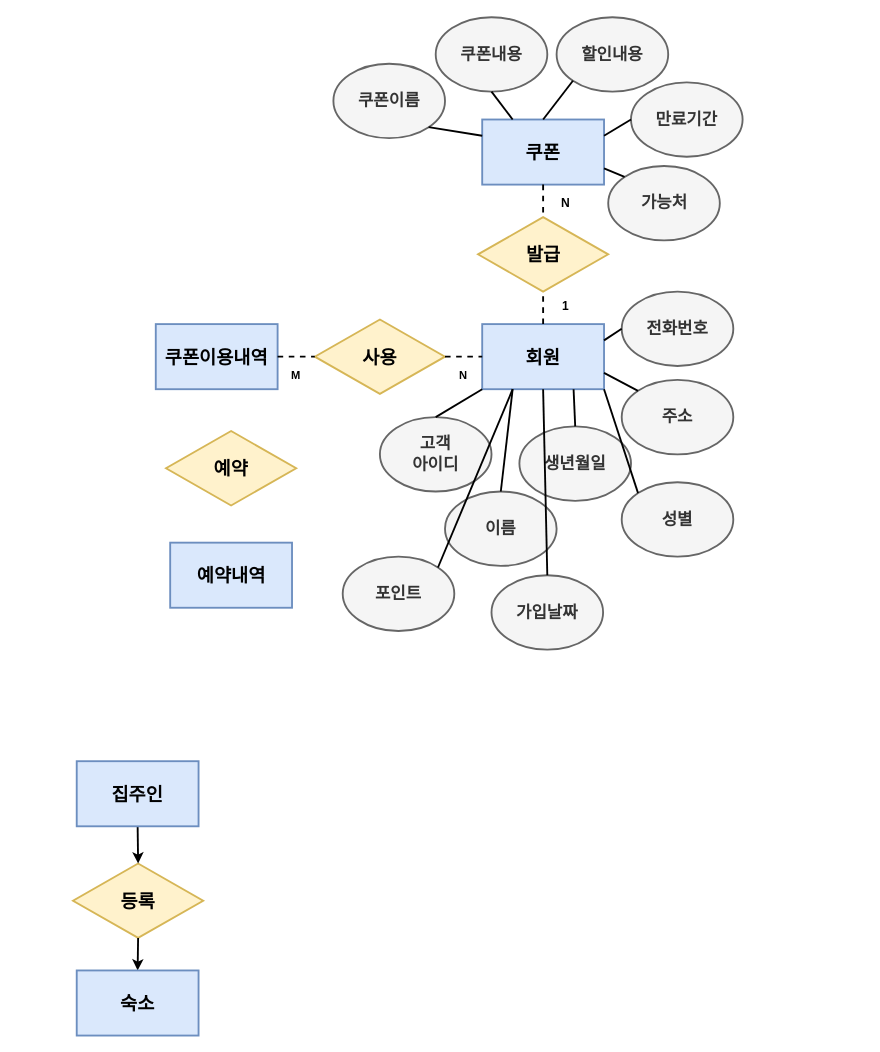
bibi-boop/test keeps this draw.io diagram as 제목 없는 다이어그램.drawio. Above is the earlier version. Source tidied: cells renumbered, new cells numbered last; positions are measured from the earlier drawing's top-left corner, leaving out a move shared by most shapes. Both pictures are drawn from the tidied source at 93%, with x=0, y=0 at pixel (73, 17).
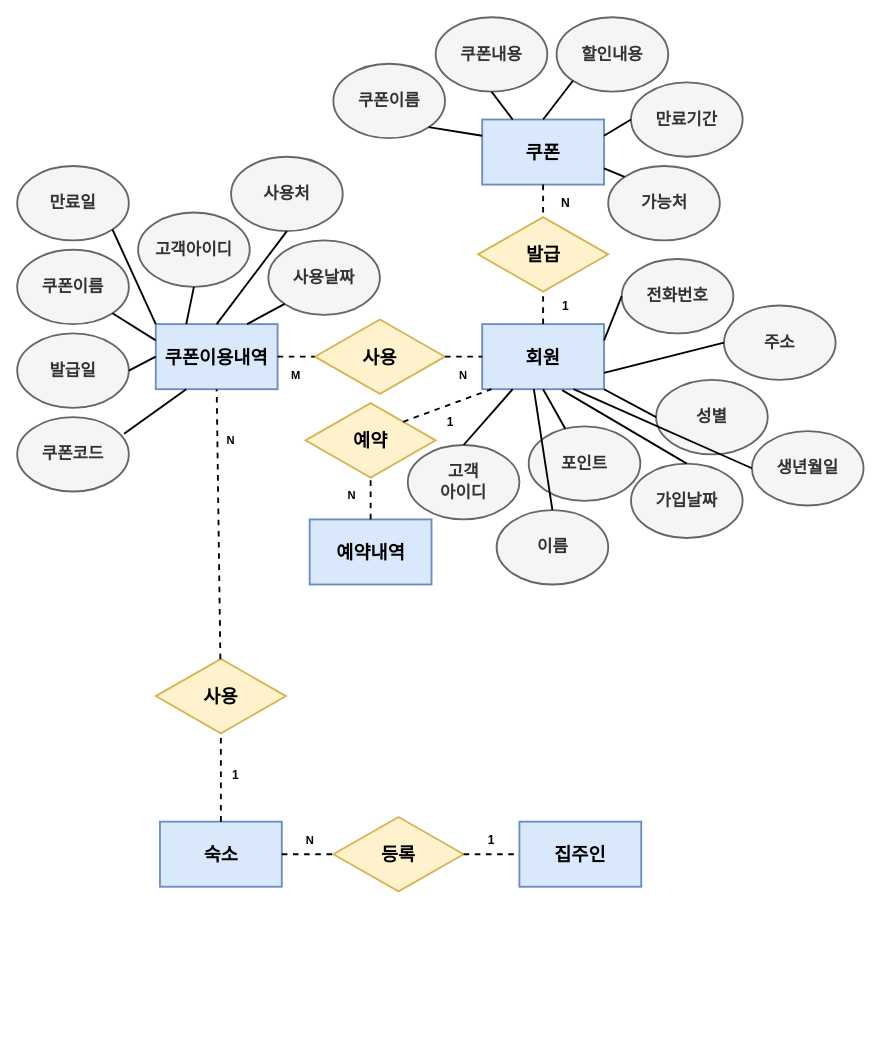
The same page after the edit.

Commit message (it also covers changes not shown here):
제목 없는 다이어그램.drawio 업데이트

The change refers to these unchanged cells:
```xml
<mxCell id="7" value="&lt;b&gt;회원&lt;/b&gt;" style="rounded=0;whiteSpace=wrap;html=1;fillColor=#dae8fc;strokeColor=#6c8ebf;strokeWidth=2;fontSize=20;" parent="1" vertex="1">
  <mxGeometry x="440" y="330" width="131" height="70" as="geometry" />
</mxCell>
<mxCell id="10" value="쿠폰이용&lt;span style=&quot;background-color: transparent; color: light-dark(rgb(0, 0, 0), rgb(255, 255, 255));&quot;&gt;내역&lt;/span&gt;" style="rounded=0;whiteSpace=wrap;html=1;fillColor=#dae8fc;strokeColor=#6c8ebf;strokeWidth=2;fontSize=20;fontStyle=1;" parent="1" vertex="1">
  <mxGeometry x="89" y="330" width="131" height="70" as="geometry" />
</mxCell>
<mxCell id="30" value="N" style="text;html=1;align=center;verticalAlign=middle;whiteSpace=wrap;rounded=0;fontStyle=1;" parent="1" vertex="1">
  <mxGeometry x="390" y="370" width="60" height="30" as="geometry" />
</mxCell>
```

The edit, as a diff of the source:
```diff
@@
     <mxCell id="2" value="등록" style="rhombus;whiteSpace=wrap;html=1;strokeWidth=2;fontSize=20;fontStyle=1;fillColor=#fff2cc;strokeColor=#d6b656;" parent="1" vertex="1">
-      <mxGeometry y="910" width="140" height="80" as="geometry" />
+      <mxGeometry x="280" y="860" width="140" height="80" as="geometry" />
     </mxCell>
-    <mxCell id="3" style="endArrow=classic;html=1;rounded=0;exitX=0.5;exitY=1;exitDx=0;exitDy=0;entryX=0.5;entryY=0;entryDx=0;entryDy=0;fontStyle=1;strokeWidth=2;" parent="1" edge="1" source="8" target="2">
-      <mxGeometry relative="1" as="geometry" />
-    </mxCell>
-    <mxCell id="4" style="endArrow=classic;html=1;rounded=0;exitX=0.5;exitY=1;exitDx=0;exitDy=0;entryX=0.5;entryY=0;entryDx=0;entryDy=0;fontStyle=1;strokeWidth=2;" parent="1" edge="1" source="2" target="9">
-      <mxGeometry relative="1" as="geometry" />
-    </mxCell>
     <mxCell id="5" value="예약" style="rhombus;whiteSpace=wrap;html=1;strokeWidth=2;fontSize=20;fontStyle=1;fillColor=#fff2cc;strokeColor=#d6b656;" parent="1" vertex="1">
-      <mxGeometry x="100" y="445" width="140" height="80" as="geometry" />
+      <mxGeometry x="250" y="415" width="140" height="80" as="geometry" />
     </mxCell>
@@
     <mxCell id="8" value="&lt;b&gt;집주인&lt;/b&gt;" style="rounded=0;whiteSpace=wrap;html=1;fillColor=#dae8fc;strokeColor=#6c8ebf;strokeWidth=2;fontSize=20;" parent="1" vertex="1">
-      <mxGeometry x="4" y="800" width="131" height="70" as="geometry" />
+      <mxGeometry x="480" y="865" width="131" height="70" as="geometry" />
     </mxCell>
     <mxCell id="9" value="숙소" style="rounded=0;whiteSpace=wrap;html=1;fillColor=#dae8fc;strokeColor=#6c8ebf;strokeWidth=2;fontSize=20;fontStyle=1;" parent="1" vertex="1">
-      <mxGeometry x="4" y="1025" width="131" height="70" as="geometry" />
+      <mxGeometry x="93.5" y="865" width="131" height="70" as="geometry" />
     </mxCell>
@@
     <mxCell id="11" value="예약내역" style="rounded=0;whiteSpace=wrap;html=1;fillColor=#dae8fc;strokeColor=#6c8ebf;strokeWidth=2;fontSize=20;fontStyle=1;" parent="1" vertex="1">
-      <mxGeometry x="104.5" y="565" width="131" height="70" as="geometry" />
+      <mxGeometry x="254.5" y="540" width="131" height="70" as="geometry" />
     </mxCell>
@@
     <mxCell id="32" value="생년월일" style="ellipse;whiteSpace=wrap;html=1;fillColor=#f5f5f5;fontColor=#333333;strokeColor=#666666;strokeWidth=2;fontSize=18;fontStyle=1;" parent="1" vertex="1">
-      <mxGeometry x="480" y="440" width="120" height="80" as="geometry" />
+      <mxGeometry x="730" y="445" width="120" height="80" as="geometry" />
     </mxCell>
     <mxCell id="33" value="고객&lt;div&gt;아이디&lt;/div&gt;" style="ellipse;whiteSpace=wrap;html=1;fillColor=#f5f5f5;fontColor=#333333;strokeColor=#666666;strokeWidth=2;fontSize=18;fontStyle=1;" parent="1" vertex="1">
-      <mxGeometry x="330" y="430" width="120" height="80" as="geometry" />
+      <mxGeometry x="360" y="460" width="120" height="80" as="geometry" />
     </mxCell>
     <mxCell id="34" value="이름" style="ellipse;whiteSpace=wrap;html=1;fillColor=#f5f5f5;fontColor=#333333;strokeColor=#666666;strokeWidth=2;fontSize=18;fontStyle=1;" parent="1" vertex="1">
-      <mxGeometry x="400" y="510" width="120" height="80" as="geometry" />
+      <mxGeometry x="455.5" y="530" width="120" height="80" as="geometry" />
     </mxCell>
     <mxCell id="35" value="주소" style="ellipse;whiteSpace=wrap;html=1;fillColor=#f5f5f5;fontColor=#333333;strokeColor=#666666;strokeWidth=2;fontSize=18;fontStyle=1;" parent="1" vertex="1">
-      <mxGeometry x="590" y="390" width="120" height="80" as="geometry" />
+      <mxGeometry x="700" y="310" width="120" height="80" as="geometry" />
     </mxCell>
     <mxCell id="36" value="전화번호" style="ellipse;whiteSpace=wrap;html=1;fillColor=#f5f5f5;fontColor=#333333;strokeColor=#666666;strokeWidth=2;fontSize=18;fontStyle=1;" parent="1" vertex="1">
-      <mxGeometry x="590" y="295" width="120" height="80" as="geometry" />
+      <mxGeometry x="590" y="260" width="120" height="80" as="geometry" />
     </mxCell>
     <mxCell id="37" value="성별" style="ellipse;whiteSpace=wrap;html=1;fillColor=#f5f5f5;fontColor=#333333;strokeColor=#666666;strokeWidth=2;fontSize=18;fontStyle=1;" parent="1" vertex="1">
-      <mxGeometry x="590" y="500" width="120" height="80" as="geometry" />
+      <mxGeometry x="627" y="390" width="120" height="80" as="geometry" />
     </mxCell>
     <mxCell id="38" value="가입날짜" style="ellipse;whiteSpace=wrap;html=1;fillColor=#f5f5f5;fontColor=#333333;strokeColor=#666666;strokeWidth=2;fontSize=18;fontStyle=1;" parent="1" vertex="1">
-      <mxGeometry x="450" y="600" width="120" height="80" as="geometry" />
+      <mxGeometry x="600" y="480" width="120" height="80" as="geometry" />
     </mxCell>
     <mxCell id="39" value="포인트" style="ellipse;whiteSpace=wrap;html=1;fillColor=#f5f5f5;fontColor=#333333;strokeColor=#666666;strokeWidth=2;fontSize=18;fontStyle=1;" parent="1" vertex="1">
-      <mxGeometry x="290" y="580" width="120" height="80" as="geometry" />
+      <mxGeometry x="490" y="440" width="120" height="80" as="geometry" />
     </mxCell>
@@
-    <mxCell id="41" style="endArrow=none;html=1;rounded=0;entryX=1;entryY=0.75;entryDx=0;entryDy=0;exitX=0;exitY=0;exitDx=0;exitDy=0;strokeWidth=2;" parent="1" edge="1" source="35" target="7">
+    <mxCell id="41" style="endArrow=none;html=1;rounded=0;entryX=1;entryY=0.75;entryDx=0;entryDy=0;exitX=0;exitY=0.5;exitDx=0;exitDy=0;strokeWidth=2;" parent="1" edge="1" source="35" target="7">
       <mxGeometry relative="1" as="geometry" />
     </mxCell>
-    <mxCell id="42" style="endArrow=none;html=1;rounded=0;entryX=0.75;entryY=1;entryDx=0;entryDy=0;exitX=0.5;exitY=0;exitDx=0;exitDy=0;strokeWidth=2;" parent="1" edge="1" source="32" target="7">
+    <mxCell id="42" style="endArrow=none;html=1;rounded=0;entryX=0.75;entryY=1;entryDx=0;entryDy=0;exitX=0;exitY=0.5;exitDx=0;exitDy=0;strokeWidth=2;" parent="1" edge="1" source="32" target="7">
       <mxGeometry relative="1" as="geometry" />
     </mxCell>
-    <mxCell id="43" style="endArrow=none;html=1;rounded=0;entryX=1;entryY=1;entryDx=0;entryDy=0;exitX=0;exitY=0;exitDx=0;exitDy=0;strokeWidth=2;" parent="1" edge="1" source="37" target="7">
+    <mxCell id="43" style="endArrow=none;html=1;rounded=0;entryX=1;entryY=1;entryDx=0;entryDy=0;exitX=0;exitY=0.5;exitDx=0;exitDy=0;strokeWidth=2;" parent="1" edge="1" source="37" target="7">
       <mxGeometry relative="1" as="geometry" />
     </mxCell>
-    <mxCell id="44" style="endArrow=none;html=1;rounded=0;entryX=0.25;entryY=1;entryDx=0;entryDy=0;exitX=0.5;exitY=0;exitDx=0;exitDy=0;strokeWidth=2;" parent="1" edge="1" source="34" target="7">
+    <mxCell id="44" style="endArrow=none;html=1;rounded=0;entryX=0.424;entryY=1;entryDx=0;entryDy=0;exitX=0.5;exitY=0;exitDx=0;exitDy=0;strokeWidth=2;entryPerimeter=0;" parent="1" edge="1" source="34" target="7">
       <mxGeometry relative="1" as="geometry" />
     </mxCell>
-    <mxCell id="45" style="endArrow=none;html=1;rounded=0;exitX=0.5;exitY=0;exitDx=0;exitDy=0;strokeWidth=2;entryX=0;entryY=1;entryDx=0;entryDy=0;" parent="1" edge="1" source="33" target="7">
+    <mxCell id="45" style="endArrow=none;html=1;rounded=0;exitX=0.5;exitY=0;exitDx=0;exitDy=0;strokeWidth=2;entryX=0.25;entryY=1;entryDx=0;entryDy=0;" parent="1" edge="1" source="33" target="7">
       <mxGeometry relative="1" as="geometry" />
     </mxCell>
-    <mxCell id="46" style="endArrow=none;html=1;rounded=0;entryX=0.5;entryY=1;entryDx=0;entryDy=0;exitX=0.5;exitY=0;exitDx=0;exitDy=0;strokeWidth=2;" parent="1" edge="1" source="38" target="7">
+    <mxCell id="46" style="endArrow=none;html=1;rounded=0;entryX=0.656;entryY=1.014;entryDx=0;entryDy=0;exitX=0.5;exitY=0;exitDx=0;exitDy=0;strokeWidth=2;entryPerimeter=0;" parent="1" edge="1" source="38" target="7">
       <mxGeometry relative="1" as="geometry" />
     </mxCell>
-    <mxCell id="47" style="endArrow=none;html=1;rounded=0;entryX=0.25;entryY=1;entryDx=0;entryDy=0;exitX=1;exitY=0;exitDx=0;exitDy=0;strokeWidth=2;" parent="1" edge="1" source="39" target="7">
+    <mxCell id="47" style="endArrow=none;html=1;rounded=0;entryX=0.5;entryY=1;entryDx=0;entryDy=0;strokeWidth=2;" parent="1" edge="1" source="39" target="7">
       <mxGeometry relative="1" as="geometry" />
     </mxCell>
+    <mxCell id="48" value="쿠폰코드" style="ellipse;whiteSpace=wrap;html=1;fillColor=#f5f5f5;fontColor=#333333;strokeColor=#666666;strokeWidth=2;fontSize=18;fontStyle=1;" parent="1" vertex="1">
+      <mxGeometry x="-60" y="430" width="120" height="80" as="geometry" />
+    </mxCell>
+    <mxCell id="49" value="고객아이디" style="ellipse;whiteSpace=wrap;html=1;fillColor=#f5f5f5;fontColor=#333333;strokeColor=#666666;strokeWidth=2;fontSize=18;fontStyle=1;" parent="1" vertex="1">
+      <mxGeometry x="70" y="210" width="120" height="80" as="geometry" />
+    </mxCell>
+    <mxCell id="50" value="쿠폰이름" style="ellipse;whiteSpace=wrap;html=1;fillColor=#f5f5f5;fontColor=#333333;strokeColor=#666666;strokeWidth=2;fontSize=18;fontStyle=1;" parent="1" vertex="1">
+      <mxGeometry x="-60" y="250" width="120" height="80" as="geometry" />
+    </mxCell>
+    <mxCell id="51" value="발급일" style="ellipse;whiteSpace=wrap;html=1;fillColor=#f5f5f5;fontColor=#333333;strokeColor=#666666;strokeWidth=2;fontSize=18;fontStyle=1;" parent="1" vertex="1">
+      <mxGeometry x="-60" y="340" width="120" height="80" as="geometry" />
+    </mxCell>
+    <mxCell id="52" value="만료일" style="ellipse;whiteSpace=wrap;html=1;fillColor=#f5f5f5;fontColor=#333333;strokeColor=#666666;strokeWidth=2;fontSize=18;fontStyle=1;" parent="1" vertex="1">
+      <mxGeometry x="-60" y="160" width="120" height="80" as="geometry" />
+    </mxCell>
+    <mxCell id="53" value="사용날짜" style="ellipse;whiteSpace=wrap;html=1;fillColor=#f5f5f5;fontColor=#333333;strokeColor=#666666;strokeWidth=2;fontSize=18;fontStyle=1;" parent="1" vertex="1">
+      <mxGeometry x="210" y="240" width="120" height="80" as="geometry" />
+    </mxCell>
+    <mxCell id="54" value="사용처" style="ellipse;whiteSpace=wrap;html=1;fillColor=#f5f5f5;fontColor=#333333;strokeColor=#666666;strokeWidth=2;fontSize=18;fontStyle=1;" parent="1" vertex="1">
+      <mxGeometry x="170" y="150" width="120" height="80" as="geometry" />
+    </mxCell>
+    <mxCell id="55" style="endArrow=none;html=1;rounded=0;entryX=0.5;entryY=1;entryDx=0;entryDy=0;exitX=0.25;exitY=0;exitDx=0;exitDy=0;strokeWidth=2;" parent="1" edge="1" source="10" target="49">
+      <mxGeometry relative="1" as="geometry" />
+    </mxCell>
+    <mxCell id="56" style="endArrow=none;html=1;rounded=0;entryX=0.5;entryY=1;entryDx=0;entryDy=0;exitX=0.5;exitY=0;exitDx=0;exitDy=0;strokeWidth=2;" parent="1" edge="1" source="10" target="54">
+      <mxGeometry relative="1" as="geometry" />
+    </mxCell>
+    <mxCell id="57" style="endArrow=none;html=1;rounded=0;entryX=0;entryY=1;entryDx=0;entryDy=0;exitX=0.75;exitY=0;exitDx=0;exitDy=0;strokeWidth=2;" parent="1" edge="1" source="10" target="53">
+      <mxGeometry relative="1" as="geometry" />
+    </mxCell>
+    <mxCell id="58" style="endArrow=none;html=1;rounded=0;entryX=1;entryY=1;entryDx=0;entryDy=0;exitX=0;exitY=0;exitDx=0;exitDy=0;strokeWidth=2;" parent="1" edge="1" source="10" target="52">
+      <mxGeometry relative="1" as="geometry" />
+    </mxCell>
+    <mxCell id="59" style="endArrow=none;html=1;rounded=0;entryX=1;entryY=1;entryDx=0;entryDy=0;exitX=0;exitY=0.25;exitDx=0;exitDy=0;strokeWidth=2;" parent="1" edge="1" source="10" target="50">
+      <mxGeometry relative="1" as="geometry" />
+    </mxCell>
+    <mxCell id="60" style="endArrow=none;html=1;rounded=0;entryX=1;entryY=0.5;entryDx=0;entryDy=0;exitX=0;exitY=0.5;exitDx=0;exitDy=0;strokeWidth=2;" parent="1" edge="1" source="10" target="51">
+      <mxGeometry relative="1" as="geometry" />
+    </mxCell>
+    <mxCell id="61" style="endArrow=none;html=1;rounded=0;entryX=0.958;entryY=0.225;entryDx=0;entryDy=0;exitX=0.25;exitY=1;exitDx=0;exitDy=0;strokeWidth=2;entryPerimeter=0;" parent="1" edge="1" source="10" target="48">
+      <mxGeometry relative="1" as="geometry" />
+    </mxCell>
+    <mxCell id="62" style="endArrow=none;dashed=1;html=1;rounded=0;entryX=1;entryY=1;entryDx=0;entryDy=0;exitX=1;exitY=0;exitDx=0;exitDy=0;fontStyle=1;strokeWidth=2;" parent="1" edge="1" source="5" target="30">
+      <mxGeometry relative="1" as="geometry" />
+    </mxCell>
+    <mxCell id="63" style="endArrow=none;dashed=1;html=1;rounded=0;entryX=0.5;entryY=1;entryDx=0;entryDy=0;exitX=0.5;exitY=0;exitDx=0;exitDy=0;fontStyle=1;strokeWidth=2;" parent="1" edge="1" source="11" target="5">
+      <mxGeometry relative="1" as="geometry" />
+    </mxCell>
+    <mxCell id="64" value="1" style="text;html=1;align=center;verticalAlign=middle;whiteSpace=wrap;rounded=0;fontStyle=1;fontSize=13;" parent="1" vertex="1">
+      <mxGeometry x="375.5" y="420" width="60" height="30" as="geometry" />
+    </mxCell>
+    <mxCell id="65" value="N" style="text;html=1;align=center;verticalAlign=middle;whiteSpace=wrap;rounded=0;fontStyle=1;" parent="1" vertex="1">
+      <mxGeometry x="270" y="500" width="60" height="30" as="geometry" />
+    </mxCell>
+    <mxCell id="66" style="endArrow=none;dashed=1;html=1;rounded=0;entryX=0;entryY=0.5;entryDx=0;entryDy=0;exitX=1;exitY=0.5;exitDx=0;exitDy=0;fontStyle=1;strokeWidth=2;" parent="1" edge="1" source="9" target="2">
+      <mxGeometry relative="1" as="geometry" />
+    </mxCell>
+    <mxCell id="67" style="endArrow=none;dashed=1;html=1;rounded=0;entryX=0;entryY=0.5;entryDx=0;entryDy=0;exitX=1;exitY=0.5;exitDx=0;exitDy=0;fontStyle=1;strokeWidth=2;" parent="1" edge="1" source="2" target="8">
+      <mxGeometry relative="1" as="geometry" />
+    </mxCell>
+    <mxCell id="68" value="1" style="text;html=1;align=center;verticalAlign=middle;whiteSpace=wrap;rounded=0;fontStyle=1;fontSize=13;" parent="1" vertex="1">
+      <mxGeometry x="420" y="870" width="60" height="30" as="geometry" />
+    </mxCell>
+    <mxCell id="69" value="N" style="text;html=1;align=center;verticalAlign=middle;whiteSpace=wrap;rounded=0;fontStyle=1;" parent="1" vertex="1">
+      <mxGeometry x="224.5" y="870" width="60" height="30" as="geometry" />
+    </mxCell>
+    <mxCell id="70" value="사용" style="rhombus;whiteSpace=wrap;html=1;strokeWidth=2;fontSize=20;fontStyle=1;fillColor=#fff2cc;strokeColor=#d6b656;" parent="1" vertex="1">
+      <mxGeometry x="89" y="690" width="140" height="80" as="geometry" />
+    </mxCell>
+    <mxCell id="71" style="endArrow=none;dashed=1;html=1;rounded=0;entryX=0.5;entryY=1;entryDx=0;entryDy=0;exitX=0.5;exitY=0;exitDx=0;exitDy=0;fontStyle=1;strokeWidth=2;" parent="1" edge="1" source="9" target="70">
+      <mxGeometry relative="1" as="geometry" />
+    </mxCell>
+    <mxCell id="72" style="endArrow=none;dashed=1;html=1;rounded=0;entryX=0.5;entryY=1;entryDx=0;entryDy=0;fontStyle=1;strokeWidth=2;" parent="1" edge="1" source="70" target="10">
+      <mxGeometry relative="1" as="geometry" />
+    </mxCell>
+    <mxCell id="73" value="1" style="text;html=1;align=center;verticalAlign=middle;whiteSpace=wrap;rounded=0;fontStyle=1;fontSize=13;" parent="1" vertex="1">
+      <mxGeometry x="144.5" y="800" width="60" height="30" as="geometry" />
+    </mxCell>
+    <mxCell id="74" value="N" style="text;html=1;align=center;verticalAlign=middle;whiteSpace=wrap;rounded=0;fontStyle=1;" parent="1" vertex="1">
+      <mxGeometry x="140" y="440" width="60" height="30" as="geometry" />
+    </mxCell>
```
